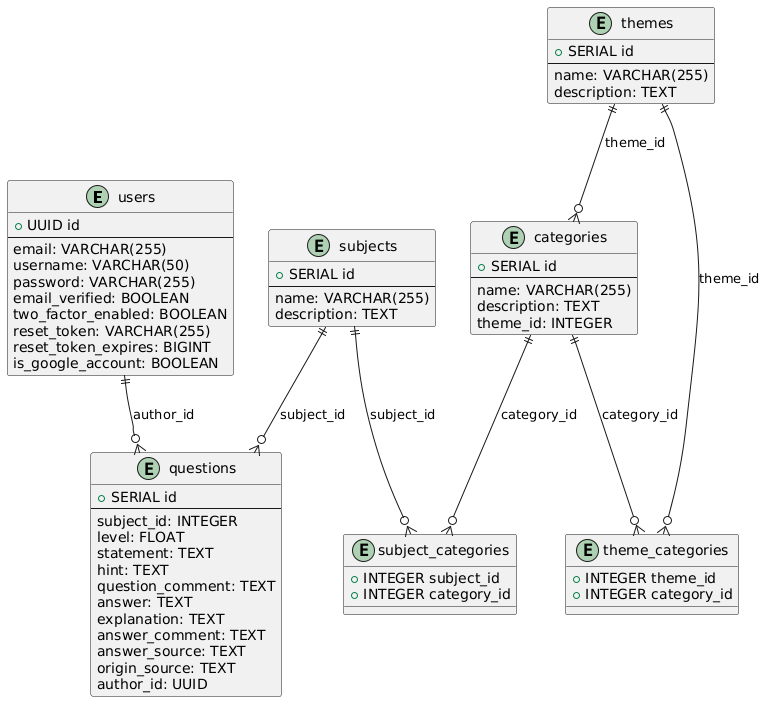
This is documentation/architecture/databaseArchitecture.png from RobinMenestret/Tutikone, a PlantUML export, as it was before one commit.
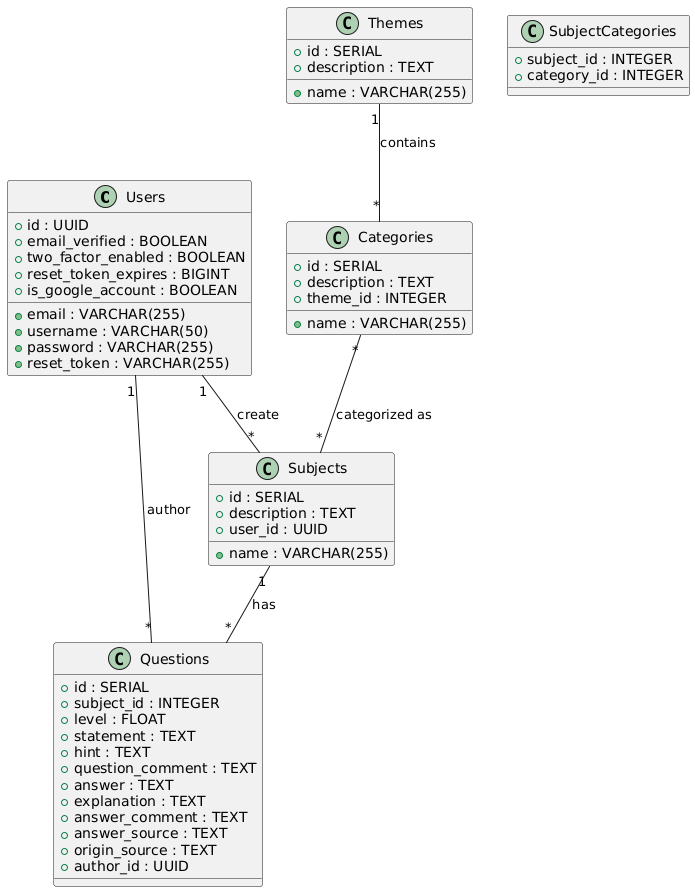
The same diagram one commit later.

What changed in the source:
```diff
@@ -1,70 +1,59 @@
 @startuml
-entity "users" {
-    + UUID id
-    --
-    email: VARCHAR(255)
-    username: VARCHAR(50)
-    password: VARCHAR(255)
-    email_verified: BOOLEAN
-    two_factor_enabled: BOOLEAN
-    reset_token: VARCHAR(255)
-    reset_token_expires: BIGINT
-    is_google_account: BOOLEAN
+class Users {
+    +id : UUID
+    +email : VARCHAR(255)
+    +username : VARCHAR(50)
+    +password : VARCHAR(255)
+    +email_verified : BOOLEAN
+    +two_factor_enabled : BOOLEAN
+    +reset_token : VARCHAR(255)
+    +reset_token_expires : BIGINT
+    +is_google_account : BOOLEAN
 }
 
-entity "themes" {
-    + SERIAL id
-    --
-    name: VARCHAR(255)
-    description: TEXT
+class Themes {
+    +id : SERIAL
+    +name : VARCHAR(255)
+    +description : TEXT
 }
 
-entity "categories" {
-    + SERIAL id
-    --
-    name: VARCHAR(255)
-    description: TEXT
-    theme_id: INTEGER
+class Categories {
+    +id : SERIAL
+    +name : VARCHAR(255)
+    +description : TEXT
+    +theme_id : INTEGER
 }
 
-entity "subjects" {
-    + SERIAL id
-    --
-    name: VARCHAR(255)
-    description: TEXT
+class Subjects {
+    +id : SERIAL
+    +name : VARCHAR(255)
+    +description : TEXT
+    +user_id : UUID
 }
 
-entity "questions" {
-    + SERIAL id
-    --
-    subject_id: INTEGER
-    level: FLOAT
-    statement: TEXT
-    hint: TEXT
-    question_comment: TEXT
-    answer: TEXT
-    explanation: TEXT
-    answer_comment: TEXT
-    answer_source: TEXT
-    origin_source: TEXT
-    author_id: UUID
+class Questions {
+    +id : SERIAL
+    +subject_id : INTEGER
+    +level : FLOAT
+    +statement : TEXT
+    +hint : TEXT
+    +question_comment : TEXT
+    +answer : TEXT
+    +explanation : TEXT
+    +answer_comment : TEXT
+    +answer_source : TEXT
+    +origin_source : TEXT
+    +author_id : UUID
 }
 
-entity "subject_categories" {
-    + INTEGER subject_id
-    + INTEGER category_id
+class SubjectCategories {
+    +subject_id : INTEGER
+    +category_id : INTEGER
 }
 
-entity "theme_categories" {
-    + INTEGER theme_id
-    + INTEGER category_id
-}
-
-users ||--o{ questions: "author_id"
-themes ||--o{ categories: "theme_id"
-subjects ||--o{ questions: "subject_id"
-subjects ||--o{ subject_categories: "subject_id"
-categories ||--o{ subject_categories: "category_id"
-themes ||--o{ theme_categories: "theme_id"
-categories ||--o{ theme_categories: "category_id"
+Users "1" -- "*" Subjects : "create"
+Users "1" -- "*" Questions : "author"
+Themes "1" -- "*" Categories : "contains"
+Categories "*" -- "*" Subjects : "categorized as"
+Subjects "1" -- "*" Questions : "has"
 @enduml
```
